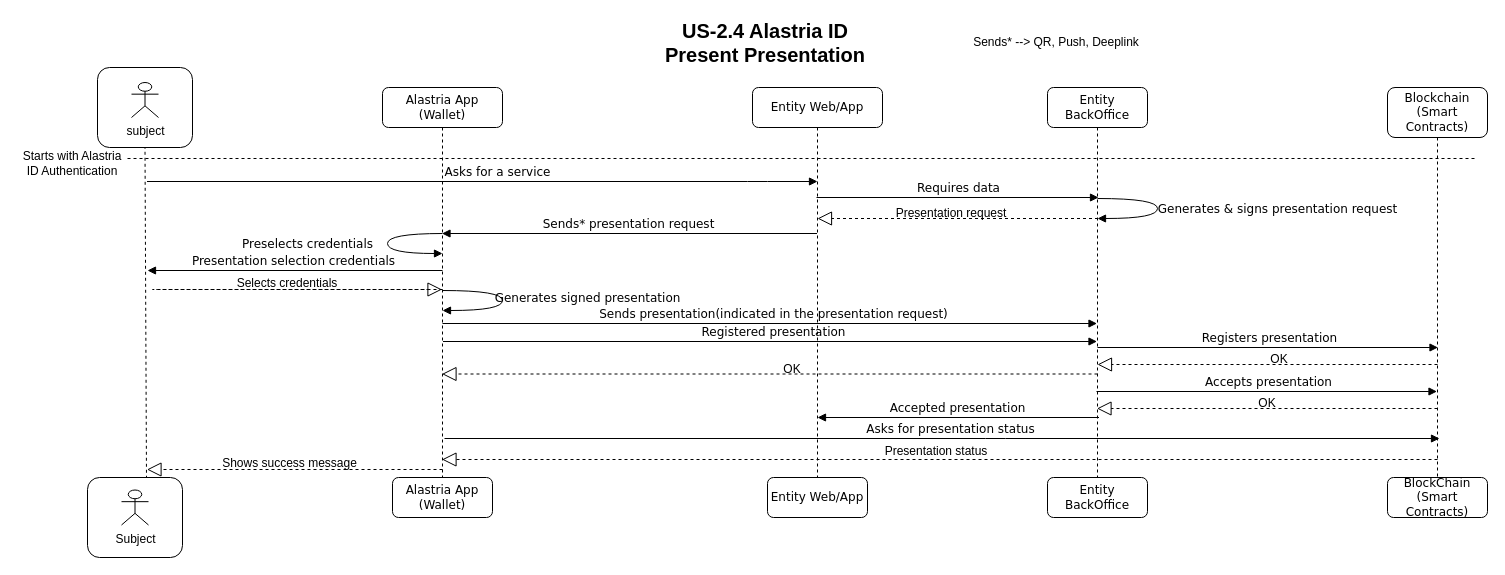
This is page "US-2.4 Alastria ID Present Presentation" (4 of 12) of docs/diagrams/AlastriaDiagramsUS.drawio from alastria/alastria-identity, a draw.io file, before an edit. Source tidied: cells renumbered, new cells numbered last; positions are measured from the earlier drawing's top-left corner, leaving out a move shared by most shapes. Both pictures are drawn from the tidied source at 100%, with x=0, y=0 at pixel (17, 17).
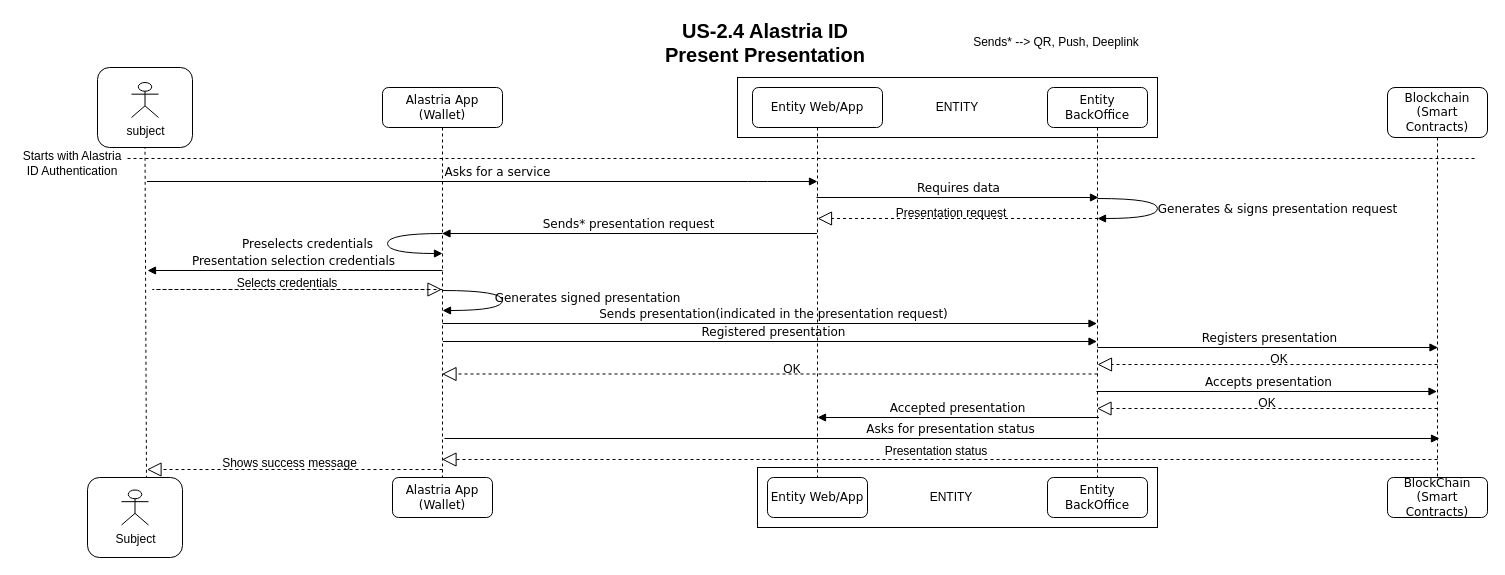
After the change.

Diff of the diagram source:
```diff
@@
+    <mxCell id="46" style="rounded=0;whiteSpace=wrap;html=1;" parent="1" vertex="1">
+      <mxGeometry x="740" y="450" width="400" height="60" as="geometry" />
+    </mxCell>
+    <mxCell id="47" style="rounded=0;whiteSpace=wrap;html=1;" parent="1" vertex="1">
+      <mxGeometry x="720" y="60" width="420" height="60" as="geometry" />
+    </mxCell>
@@
+    <mxCell id="48" value="ENTITY" style="text;html=1;strokeColor=none;fillColor=none;align=center;verticalAlign=middle;whiteSpace=wrap;rounded=0;" parent="1" vertex="1">
+      <mxGeometry x="920" y="80" width="40" height="20" as="geometry" />
+    </mxCell>
+    <mxCell id="49" value="ENTITY" style="text;html=1;strokeColor=none;fillColor=none;align=center;verticalAlign=middle;whiteSpace=wrap;rounded=0;" parent="1" vertex="1">
+      <mxGeometry x="914" y="470" width="40" height="20" as="geometry" />
+    </mxCell>
```
